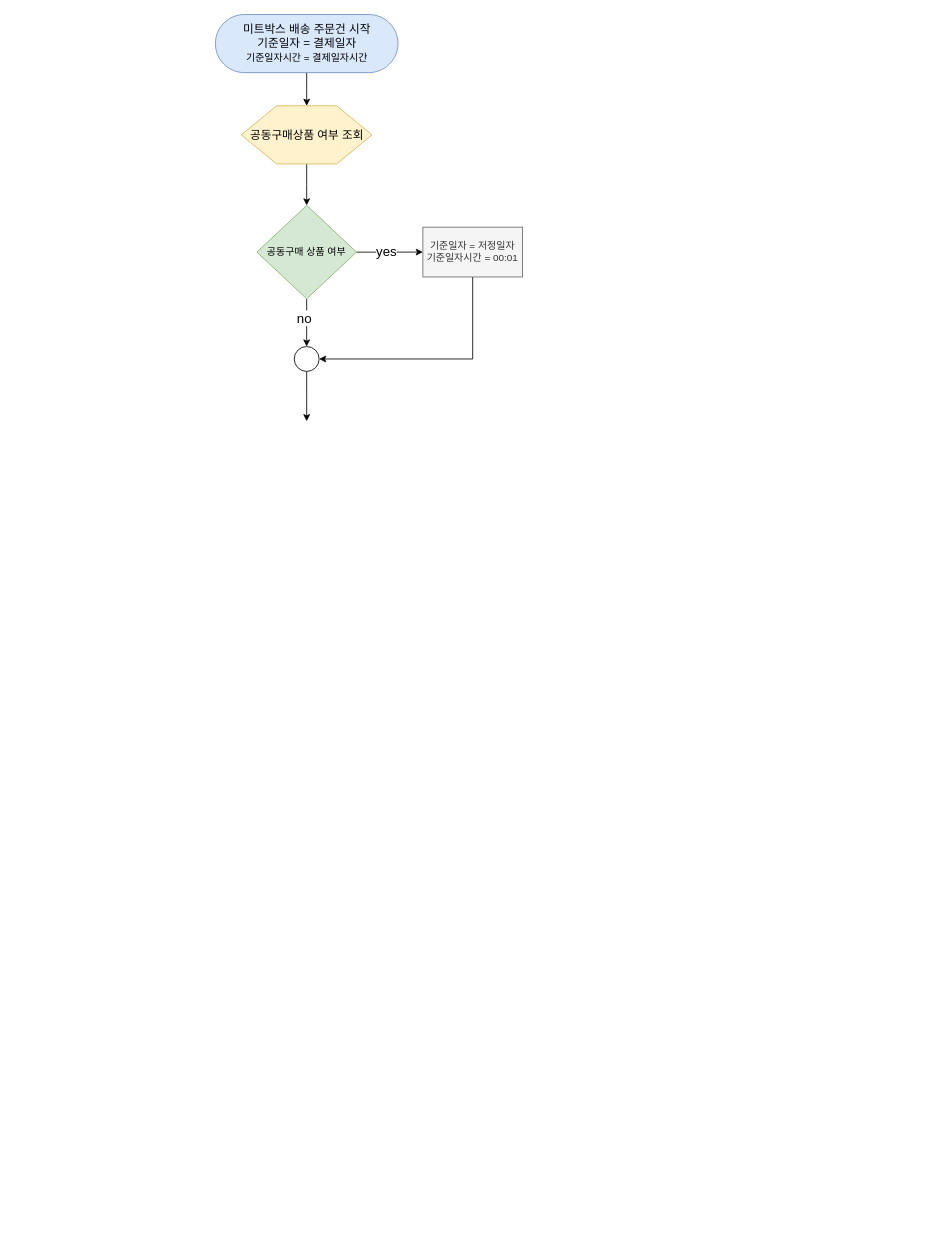
The draw.io diagram page "미트박스 배송상품 프로세스" (11 of 12) of 미트박스_배송.drawio in yongBomb90/drawio-1, before the edit. Source tidied: cells renumbered, new cells numbered last; positions are measured from the earlier drawing's top-left corner, leaving out a move shared by most shapes. Both pictures are drawn from the tidied source at 83%, with x=0, y=0 at pixel (215, 14).
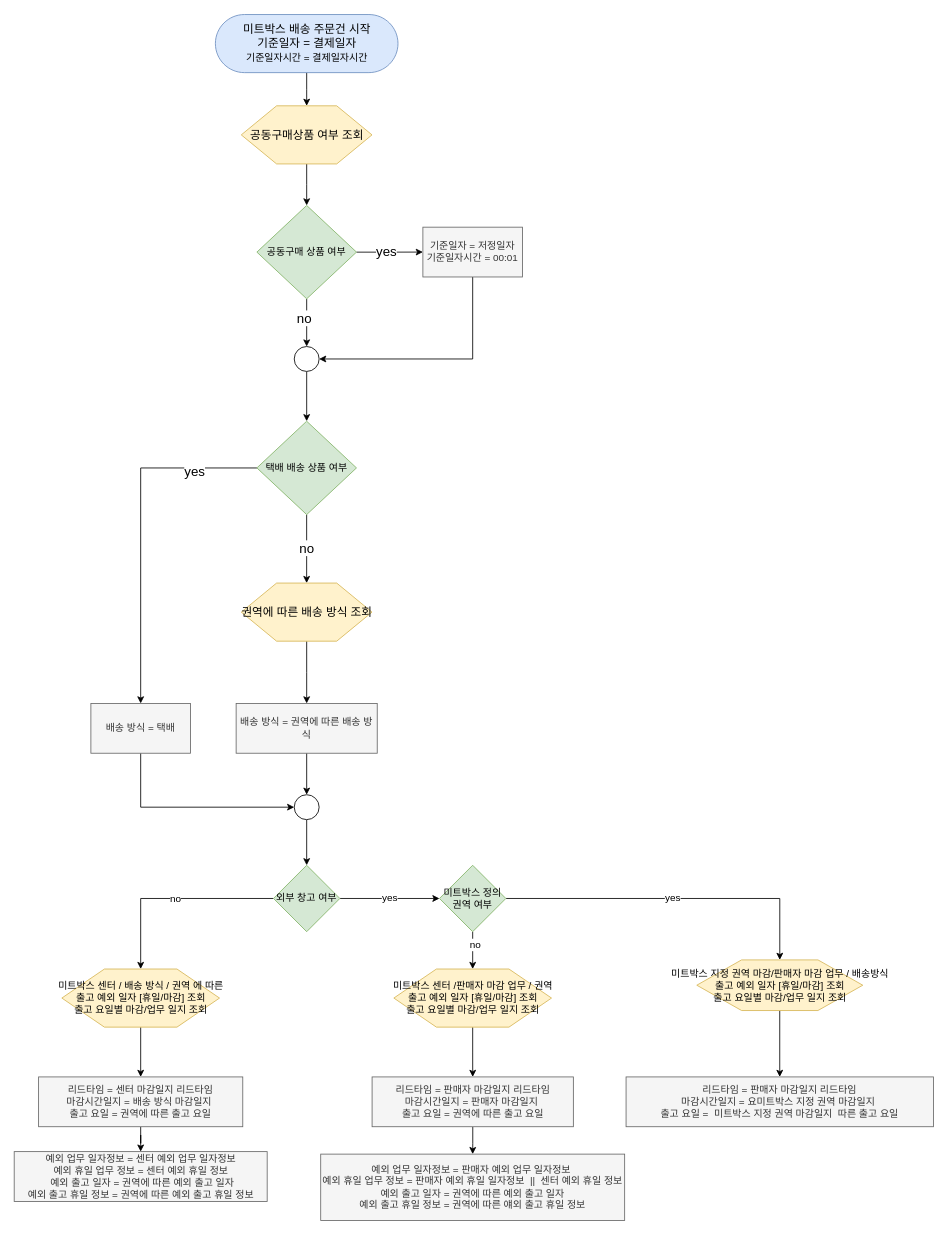
The same diagram, later.

Commit message:
Update 미트박스_배송.drawio

Unchanged cells that the change refers to:
```xml
<mxCell id="14" style="shape=ellipse;html=1;dashed=0;whitespace=wrap;perimeter=ellipsePerimeter;fontSize=16;fillColor=default;" parent="1" vertex="1">
  <mxGeometry x="95" y="400" width="30" height="30" as="geometry" />
</mxCell>
```

What changed in the source:
```diff
@@
-    <mxCell id="13" style="edgeStyle=orthogonalEdgeStyle;rounded=0;jettySize=auto;html=1;fontSize=16;strokeColor=#000000;strokeWidth=1;fillColor=#FF3333;" parent="1" edge="1" source="14">
-      <mxGeometry relative="1" as="geometry">
-        <mxPoint x="110" y="490" as="targetPoint" />
-      </mxGeometry>
+    <mxCell id="13" style="edgeStyle=orthogonalEdgeStyle;rounded=0;jettySize=auto;html=1;fontSize=16;strokeColor=#000000;strokeWidth=1;fillColor=#FF3333;entryX=0.5;entryY=0;entryDx=0;entryDy=0;" parent="1" edge="1" source="14" target="18">
+      <mxGeometry relative="1" as="geometry" />
     </mxCell>
@@
+    <mxCell id="15" style="edgeStyle=orthogonalEdgeStyle;rounded=0;jettySize=auto;html=1;fontSize=33;strokeWidth=1;" parent="1" edge="1" source="18" target="20">
+      <mxGeometry relative="1" as="geometry" />
+    </mxCell>
+    <mxCell id="16" value="yes" style="edgeLabel;html=1;align=center;verticalAlign=middle;fontSize=16;" parent="15" vertex="1">
+      <mxGeometry x="-0.64" y="4" relative="1" as="geometry" />
+    </mxCell>
+    <mxCell id="17" value="no" style="edgeStyle=orthogonalEdgeStyle;rounded=0;jettySize=auto;html=1;entryX=0.5;entryY=0;entryDx=0;entryDy=0;fontSize=16;strokeWidth=1;" parent="1" edge="1" source="18" target="22">
+      <mxGeometry relative="1" as="geometry" />
+    </mxCell>
+    <mxCell id="18" value="택배 배송 상품 여부" style="rhombus;whiteSpace=wrap;html=1;fillColor=#d5e8d4;strokeColor=#82b366;arcSize=6;labelBackgroundColor=none;" parent="1" vertex="1">
+      <mxGeometry x="50" y="490" width="120" height="112.5" as="geometry" />
+    </mxCell>
+    <mxCell id="19" style="edgeStyle=orthogonalEdgeStyle;rounded=0;jettySize=auto;html=1;entryX=0;entryY=0.5;entryDx=0;entryDy=0;fontSize=16;strokeWidth=1;" parent="1" edge="1" source="20" target="26">
+      <mxGeometry relative="1" as="geometry">
+        <Array as="points">
+          <mxPoint x="-90" y="955" />
+        </Array>
+      </mxGeometry>
+    </mxCell>
+    <mxCell id="20" value="배송 방식 = 택배" style="whiteSpace=wrap;html=1;fillColor=#f5f5f5;strokeColor=#666666;arcSize=6;labelBackgroundColor=none;fontColor=#333333;" parent="1" vertex="1">
+      <mxGeometry x="-150" y="830" width="120" height="60" as="geometry" />
+    </mxCell>
+    <mxCell id="21" style="edgeStyle=orthogonalEdgeStyle;rounded=0;jettySize=auto;html=1;fontSize=16;strokeWidth=1;" parent="1" edge="1" source="22" target="24">
+      <mxGeometry relative="1" as="geometry" />
+    </mxCell>
+    <mxCell id="22" value="&lt;span style=&quot;font-size: 14px&quot;&gt;권역에 따른 배송 방식 조회&lt;br&gt;&lt;/span&gt;" style="verticalLabelPosition=middle;verticalAlign=middle;html=1;shape=hexagon;perimeter=hexagonPerimeter2;arcSize=6;size=0.27;labelBackgroundColor=none;labelPosition=center;align=center;fillColor=#fff2cc;strokeColor=#d6b656;" parent="1" vertex="1">
+      <mxGeometry x="31.2" y="685" width="157.5" height="70" as="geometry" />
+    </mxCell>
+    <mxCell id="23" style="edgeStyle=orthogonalEdgeStyle;rounded=0;jettySize=auto;html=1;fontSize=16;strokeWidth=1;" parent="1" edge="1" source="24" target="26">
+      <mxGeometry relative="1" as="geometry" />
+    </mxCell>
+    <mxCell id="24" value="배송 방식 = 권역에 따른 배송 방식" style="whiteSpace=wrap;html=1;fillColor=#f5f5f5;strokeColor=#666666;arcSize=6;labelBackgroundColor=none;fontColor=#333333;" parent="1" vertex="1">
+      <mxGeometry x="25" y="830" width="170" height="60" as="geometry" />
+    </mxCell>
+    <mxCell id="25" style="edgeStyle=orthogonalEdgeStyle;rounded=0;jettySize=auto;html=1;fontSize=16;strokeWidth=1;" parent="1" edge="1" source="26" target="30">
+      <mxGeometry relative="1" as="geometry" />
+    </mxCell>
+    <mxCell id="26" style="shape=ellipse;html=1;dashed=0;whitespace=wrap;perimeter=ellipsePerimeter;fontSize=16;fillColor=default;" parent="1" vertex="1">
+      <mxGeometry x="95" y="940" width="30" height="30" as="geometry" />
+    </mxCell>
+    <mxCell id="27" style="edgeStyle=orthogonalEdgeStyle;rounded=0;jettySize=auto;html=1;fontSize=11;strokeWidth=1;" parent="1" edge="1" source="30" target="32">
+      <mxGeometry relative="1" as="geometry" />
+    </mxCell>
+    <mxCell id="28" value="no" style="edgeLabel;html=1;align=center;verticalAlign=middle;fontSize=12;" parent="27" vertex="1">
+      <mxGeometry x="-0.03" relative="1" as="geometry" />
+    </mxCell>
+    <mxCell id="29" value="yes" style="edgeStyle=orthogonalEdgeStyle;rounded=0;jettySize=auto;html=1;entryX=0;entryY=0.5;entryDx=0;entryDy=0;fontSize=12;strokeWidth=1;" parent="1" edge="1" source="30" target="37">
+      <mxGeometry relative="1" as="geometry" />
+    </mxCell>
+    <mxCell id="30" value="외부 창고 여부" style="rhombus;whiteSpace=wrap;html=1;fontSize=12;dashed=0;fillColor=#d5e8d4;strokeColor=#82b366;" parent="1" vertex="1">
+      <mxGeometry x="70" y="1025" width="80" height="80" as="geometry" />
+    </mxCell>
+    <mxCell id="31" style="edgeStyle=orthogonalEdgeStyle;rounded=0;jettySize=auto;html=1;fontSize=12;strokeWidth=1;" parent="1" edge="1" source="32" target="43">
+      <mxGeometry relative="1" as="geometry" />
+    </mxCell>
+    <mxCell id="32" value="&lt;span style=&quot;font-size: 12px&quot;&gt;미트박스 센터 / 배송 방식 / 권역 에 따른&lt;/span&gt;&lt;br style=&quot;font-size: 12px&quot;&gt;&lt;span style=&quot;font-size: 12px&quot;&gt;출고 예외 일자 [휴일/마감] 조회&lt;/span&gt;&lt;br style=&quot;font-size: 12px&quot;&gt;&lt;span style=&quot;font-size: 12px&quot;&gt;출고 요일별 마감/업무 일지 조회&lt;/span&gt;&lt;span style=&quot;font-size: 12px&quot;&gt;&lt;br style=&quot;font-size: 12px&quot;&gt;&lt;/span&gt;" style="verticalLabelPosition=middle;verticalAlign=middle;html=1;shape=hexagon;perimeter=hexagonPerimeter2;arcSize=6;size=0.27;labelBackgroundColor=none;labelPosition=center;align=center;fillColor=#fff2cc;strokeColor=#d6b656;fontSize=12;" parent="1" vertex="1">
+      <mxGeometry x="-185" y="1150" width="190" height="70" as="geometry" />
+    </mxCell>
+    <mxCell id="33" style="edgeStyle=orthogonalEdgeStyle;rounded=0;jettySize=auto;html=1;entryX=0.5;entryY=0;entryDx=0;entryDy=0;fontSize=12;strokeWidth=1;" parent="1" edge="1" source="37" target="39">
+      <mxGeometry relative="1" as="geometry" />
+    </mxCell>
+    <mxCell id="34" value="no" style="edgeLabel;html=1;align=center;verticalAlign=middle;fontSize=12;" parent="33" vertex="1">
+      <mxGeometry x="-0.33" y="2" relative="1" as="geometry" />
+    </mxCell>
+    <mxCell id="35" style="edgeStyle=orthogonalEdgeStyle;rounded=0;jettySize=auto;html=1;entryX=0.5;entryY=0;entryDx=0;entryDy=0;fontSize=12;strokeWidth=1;" parent="1" edge="1" source="37" target="41">
+      <mxGeometry relative="1" as="geometry" />
+    </mxCell>
+    <mxCell id="36" value="yes" style="edgeLabel;html=1;align=center;verticalAlign=middle;fontSize=12;" parent="35" vertex="1">
+      <mxGeometry x="-0.01" y="1" relative="1" as="geometry" />
+    </mxCell>
+    <mxCell id="37" value="미트박스 정의 권역 여부" style="rhombus;whiteSpace=wrap;html=1;fontSize=12;dashed=0;fillColor=#d5e8d4;strokeColor=#82b366;" parent="1" vertex="1">
+      <mxGeometry x="270" y="1025" width="80" height="80" as="geometry" />
+    </mxCell>
+    <mxCell id="38" style="edgeStyle=orthogonalEdgeStyle;rounded=0;jettySize=auto;html=1;entryX=0.5;entryY=0;entryDx=0;entryDy=0;fontSize=12;strokeWidth=1;" parent="1" edge="1" source="39" target="45">
+      <mxGeometry relative="1" as="geometry" />
+    </mxCell>
+    <mxCell id="39" value="&lt;span style=&quot;font-size: 12px&quot;&gt;미트박스 센터 /판매자 마감 업무 / 권역&lt;/span&gt;&lt;br style=&quot;font-size: 12px&quot;&gt;&lt;span style=&quot;font-size: 12px&quot;&gt;출고 예외 일자 [휴일/마감] 조회&lt;/span&gt;&lt;br style=&quot;font-size: 12px&quot;&gt;&lt;span style=&quot;font-size: 12px&quot;&gt;출고 요일별 마감/업무 일지 조회&lt;/span&gt;&lt;span style=&quot;font-size: 12px&quot;&gt;&lt;br style=&quot;font-size: 12px&quot;&gt;&lt;/span&gt;" style="verticalLabelPosition=middle;verticalAlign=middle;html=1;shape=hexagon;perimeter=hexagonPerimeter2;arcSize=6;size=0.27;labelBackgroundColor=none;labelPosition=center;align=center;fillColor=#fff2cc;strokeColor=#d6b656;fontSize=12;" parent="1" vertex="1">
+      <mxGeometry x="215" y="1150" width="190" height="70" as="geometry" />
+    </mxCell>
+    <mxCell id="40" style="edgeStyle=orthogonalEdgeStyle;rounded=0;jettySize=auto;html=1;entryX=0.5;entryY=0;entryDx=0;entryDy=0;fontSize=12;strokeWidth=1;" parent="1" edge="1" source="41" target="46">
+      <mxGeometry relative="1" as="geometry" />
+    </mxCell>
+    <mxCell id="41" value="미트박스 지정 권역 마감/판매자 마감 업무 / 배송방식&lt;br style=&quot;font-size: 12px&quot;&gt;&lt;span style=&quot;font-size: 12px&quot;&gt;출고 예외 일자 [휴일/마감] 조회&lt;/span&gt;&lt;br style=&quot;font-size: 12px&quot;&gt;&lt;span style=&quot;font-size: 12px&quot;&gt;출고 요일별 마감/업무 일지 조회&lt;/span&gt;&lt;span style=&quot;font-size: 12px&quot;&gt;&lt;br style=&quot;font-size: 12px&quot;&gt;&lt;/span&gt;" style="verticalLabelPosition=middle;verticalAlign=middle;html=1;shape=hexagon;perimeter=hexagonPerimeter2;arcSize=6;size=0.27;labelBackgroundColor=none;labelPosition=center;align=center;fillColor=#fff2cc;strokeColor=#d6b656;fontSize=12;" parent="1" vertex="1">
+      <mxGeometry x="580" y="1139" width="200" height="61" as="geometry" />
+    </mxCell>
+    <mxCell id="42" style="edgeStyle=orthogonalEdgeStyle;rounded=0;jettySize=auto;html=1;fontSize=12;strokeWidth=1;" parent="1" edge="1" source="43" target="47">
+      <mxGeometry relative="1" as="geometry" />
+    </mxCell>
+    <mxCell id="43" value="리드타임 = 센터 마감일지 리드타임&lt;br&gt;마감시간일지 = 배송 방식 마감일지&amp;nbsp;&lt;br&gt;출고 요일 = 권역에 따른 출고 요일" style="whiteSpace=wrap;html=1;fillColor=#f5f5f5;strokeColor=#666666;arcSize=6;labelBackgroundColor=none;fontColor=#333333;" parent="1" vertex="1">
+      <mxGeometry x="-213" y="1280" width="246" height="60" as="geometry" />
+    </mxCell>
+    <mxCell id="44" style="edgeStyle=orthogonalEdgeStyle;rounded=0;jettySize=auto;html=1;fontSize=12;strokeWidth=1;" parent="1" edge="1" source="45" target="48">
+      <mxGeometry relative="1" as="geometry" />
+    </mxCell>
+    <mxCell id="45" value="리드타임 = 판매자 마감일지 리드타임&lt;br&gt;마감시간일지 = 판매자 마감일지&amp;nbsp;&lt;br&gt;출고 요일 = 권역에 따른 출고 요일" style="whiteSpace=wrap;html=1;fillColor=#f5f5f5;strokeColor=#666666;arcSize=6;labelBackgroundColor=none;fontColor=#333333;" parent="1" vertex="1">
+      <mxGeometry x="188.8" y="1280" width="242.5" height="60" as="geometry" />
+    </mxCell>
+    <mxCell id="46" value="리드타임 = 판매자 마감일지 리드타임&lt;br&gt;마감시간일지 = 요미트박스 지정 권역 마감일지&amp;nbsp;&lt;br&gt;출고 요일 =&amp;nbsp; 미트박스 지정 권역 마감일지&amp;nbsp;&amp;nbsp;따른 출고 요일" style="whiteSpace=wrap;html=1;fillColor=#f5f5f5;strokeColor=#666666;arcSize=6;labelBackgroundColor=none;fontColor=#333333;" parent="1" vertex="1">
+      <mxGeometry x="494.8" y="1280" width="370.3" height="60" as="geometry" />
+    </mxCell>
+    <mxCell id="47" value="예외 업무 일자정보 = 센터 예외 업무 일자정보&lt;br&gt;예외 휴일 업무 정보 = 센터 예외 휴일 정보&lt;br&gt;&amp;nbsp;예외 출고 일자 = 권역에 따른 예외 출고 일자&lt;br&gt;예외 출고 휴일 정보 = 권역에 따른 예외 출고 휴일 정보" style="whiteSpace=wrap;html=1;fillColor=#f5f5f5;strokeColor=#666666;arcSize=6;labelBackgroundColor=none;fontColor=#333333;" parent="1" vertex="1">
+      <mxGeometry x="-242.4" y="1370" width="304.8" height="60" as="geometry" />
+    </mxCell>
+    <mxCell id="48" value="예외 업무 일자정보 = 판매자 예외 업무 일자정보&amp;nbsp;&lt;br&gt;예외 휴일 업무 정보 = 판매자 예외 휴일 일자정보&amp;nbsp; ||&amp;nbsp; 센터 예외 휴일 정보&lt;br&gt;&amp;nbsp;예외 출고 일자 = 권역에 따른 예외 출고 일자&amp;nbsp;&lt;br&gt;예외 출고 휴일 정보 = 권역에 따른 얘외 출고 휴일 정보" style="whiteSpace=wrap;html=1;fillColor=#f5f5f5;strokeColor=#666666;arcSize=6;labelBackgroundColor=none;fontColor=#333333;" parent="1" vertex="1">
+      <mxGeometry x="126.9" y="1373" width="366.2" height="80" as="geometry" />
+    </mxCell>
```
